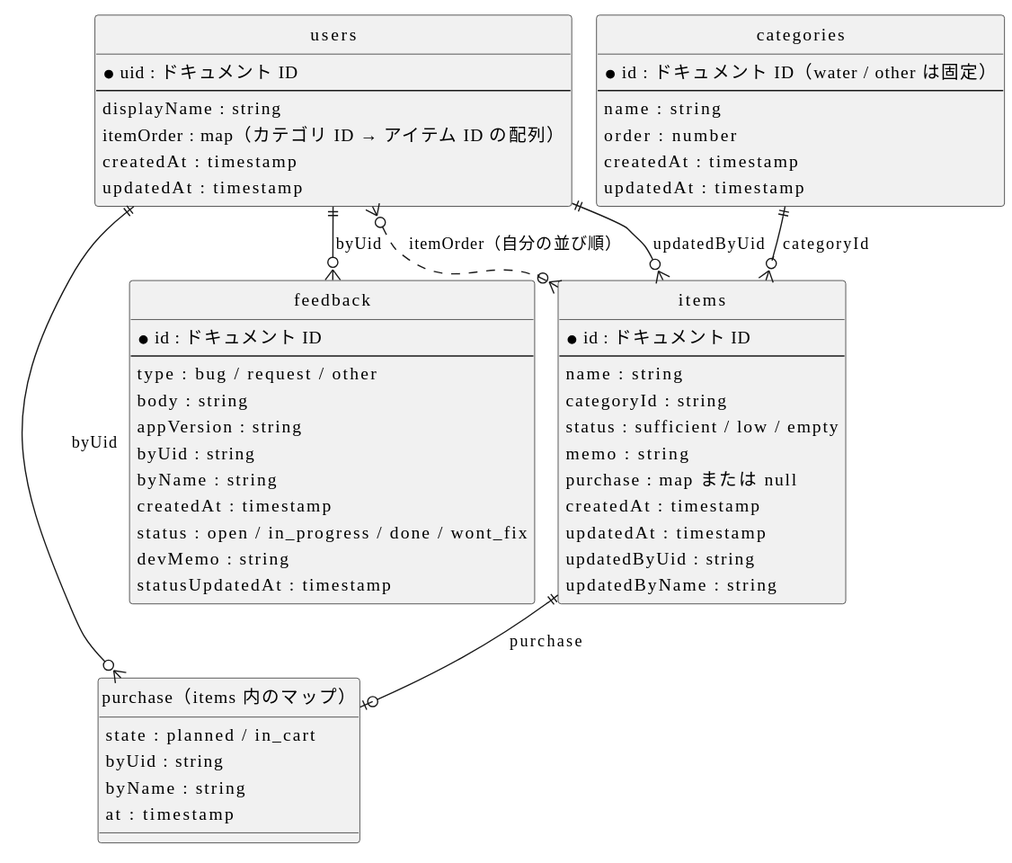
Earlier version of the PlantUML export design/data/diagrams/er.svg (LASC-SINCE2015/LivingManager).
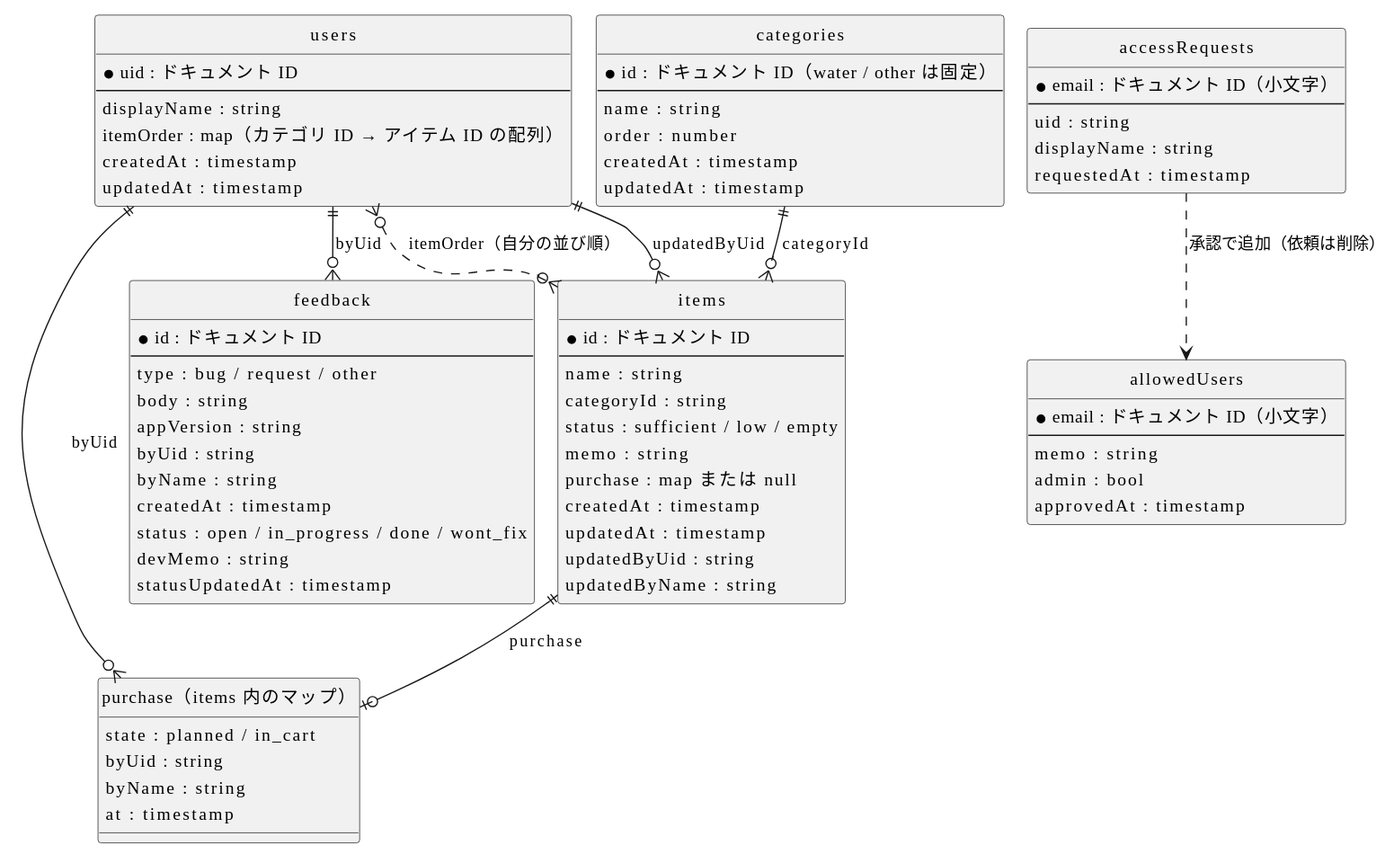
Later version of the same file.

What changed in the source:
```diff
@@ -56,7 +56,24 @@
   statusUpdatedAt : timestamp
 }
 
+entity "allowedUsers" as allowedUsers {
+  * email : ドキュメント ID（小文字）
+  --
+  memo : string
+  admin : bool
+  approvedAt : timestamp
+}
+
+entity "accessRequests" as accessRequests {
+  * email : ドキュメント ID（小文字）
+  --
+  uid : string
+  displayName : string
+  requestedAt : timestamp
+}
+
 categories ||--o{ items : categoryId
+accessRequests ..> allowedUsers : 承認で追加（依頼は削除）
 users ||--o{ feedback : byUid
 users ||--o{ items : updatedByUid
 items ||--o| purchase : purchase
```
